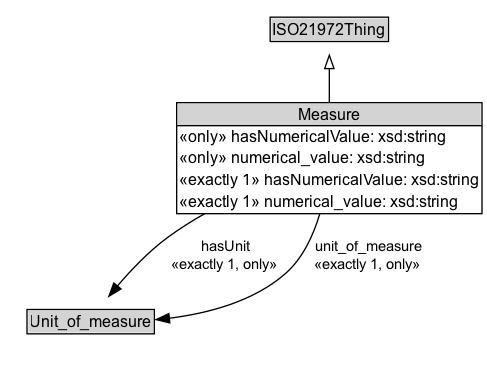
The Graphviz diagram docs/diagrams/Measure.dot.png in ISO-TC204/ontology-i72-v1, before a commit. Its source is kept beside it as docs/diagrams/Measure.dot.
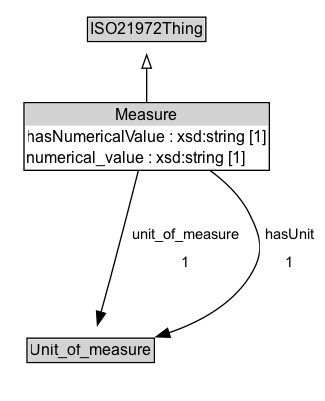
After the change.

The edit, as a diff of the source:
```diff
@@ -3,20 +3,22 @@
 	node [fontname=Arial fontsize=12 margin=0 shape=none]
 	edge [fontname=Arial fontsize=11]
 	{
+		rank=source
+		ISO21972Thing [label=<<TABLE BORDER="1" CELLBORDER="0" CELLSPACING="0" CELLPADDING="1"><TR><TD BGCOLOR="lightgray" ALIGN="CENTER">ISO21972Thing</TD></TR></TABLE>> URL="../ISO21972Thing" margin=0]
+	}
+	Measure [label=<<TABLE BORDER="1" CELLBORDER="0" CELLSPACING="0" CELLPADDING="1"><TR><TD BGCOLOR="lightgray" ALIGN="CENTER">Measure</TD></TR><TR><TD ALIGN="LEFT">hasNumericalValue : xsd:string [1]</TD></TR><TR><TD ALIGN="LEFT">numerical_value : xsd:string [1]</TD></TR></TABLE>> URL="../Measure" margin=0]
+	{
 		rank=max
-		Measure [label=<<TABLE BORDER="1" CELLBORDER="0" CELLSPACING="0" CELLPADDING="1"><TR><TD BGCOLOR="lightgray" ALIGN="CENTER" PORT="e">Measure</TD></TR><HR/><TR><TD ALIGN="LEFT">«only» hasNumericalValue: xsd:string</TD></TR><TR><TD ALIGN="LEFT">«only» numerical_value: xsd:string</TD></TR><TR><TD ALIGN="LEFT">«exactly 1» hasNumericalValue: xsd:string</TD></TR><TR><TD ALIGN="LEFT">«exactly 1» numerical_value: xsd:string</TD></TR></TABLE>> URL="../Measure.md" margin=0]
 	}
 	subgraph cluster_associated {
 		label="" style=invis
 		Invis [label=<<TABLE BORDER="0" CELLBORDER="0" CELLSPACING="0" CELLPADDING="1"><TR><TD></TD></TR></TABLE>> margin=0 style=invis]
-		Unit_of_measure [label=<<TABLE BORDER="1" CELLBORDER="0" CELLSPACING="0" CELLPADDING="1"><TR><TD BGCOLOR="lightgray" ALIGN="CENTER">Unit_of_measure</TD></TR></TABLE>> URL="../Unit_of_measure.md" margin=0]
+		Unit_of_measure [label=<<TABLE BORDER="1" CELLBORDER="0" CELLSPACING="0" CELLPADDING="1"><TR><TD BGCOLOR="lightgray" ALIGN="CENTER">Unit_of_measure</TD></TR></TABLE>> URL="../Unit_of_measure" margin=0]
 	}
-	ISO21972Thing [label=<<TABLE BORDER="1" CELLBORDER="0" CELLSPACING="0" CELLPADDING="1"><TR><TD BGCOLOR="lightgray" ALIGN="CENTER">ISO21972Thing</TD></TR></TABLE>> URL="../ISO21972Thing.md" margin=0]
 	Measure -> ISO21972Thing [arrowhead=onormal style=solid]
 	Measure -> Invis [style=invis]
 	Invis -> Unit_of_measure [style=invis]
-	Measure -> Unit_of_measure [label=" hasUnit
- «exactly 1, only»  " arrowhead=normal style=solid]
-	Measure -> Unit_of_measure [label=" unit_of_measure
- «exactly 1, only»  " arrowhead=normal style=solid]
+	Unit_of_measure [label=<<TABLE BORDER="1" CELLBORDER="0" CELLSPACING="0" CELLPADDING="1"><TR><TD BGCOLOR="lightgray" ALIGN="CENTER">Unit_of_measure</TD></TR></TABLE>> URL="../Unit_of_measure" margin=0]
+	Measure -> Unit_of_measure [label=<<TABLE BORDER="0" CELLBORDER="0" CELLSPACING="0" CELLPADDING="4" BGCOLOR="white"><TR><TD ALIGN="CENTER">unit_of_measure</TD></TR><TR><TD ALIGN="CENTER">1</TD></TR></TABLE>> arrowhead=normal style=solid]
+	Measure -> Unit_of_measure [label=<<TABLE BORDER="0" CELLBORDER="0" CELLSPACING="0" CELLPADDING="4" BGCOLOR="white"><TR><TD ALIGN="CENTER">hasUnit</TD></TR><TR><TD ALIGN="CENTER">1</TD></TR></TABLE>> arrowhead=normal style=solid]
 }
```
